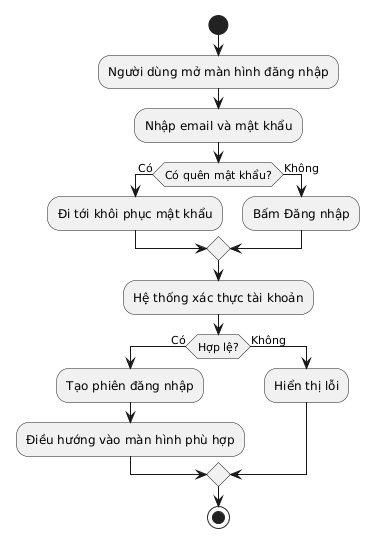
Above: out/docs/diagrams/Bieudohoatdong/uc03_login_bieudohoatdong/uc03_login_bieudohoatdong.png in phuongtech24/do_an (PlantUML), before the change. Source of this version:
```plantuml
@startuml
skinparam defaultFontName "Times New Roman"
start
:Người dùng mở màn hình đăng nhập;
:Nhập email và mật khẩu;
if (Có quên mật khẩu?) then (Có)
  :Đi tới khôi phục mật khẩu;
else (Không)
  :Bấm Đăng nhập;
endif
:Hệ thống xác thực tài khoản;
if (Hợp lệ?) then (Có)
  :Tạo phiên đăng nhập;
  :Điều hướng vào màn hình phù hợp;
else (Không)
  :Hiển thị lỗi;
endif
stop
@enduml
```
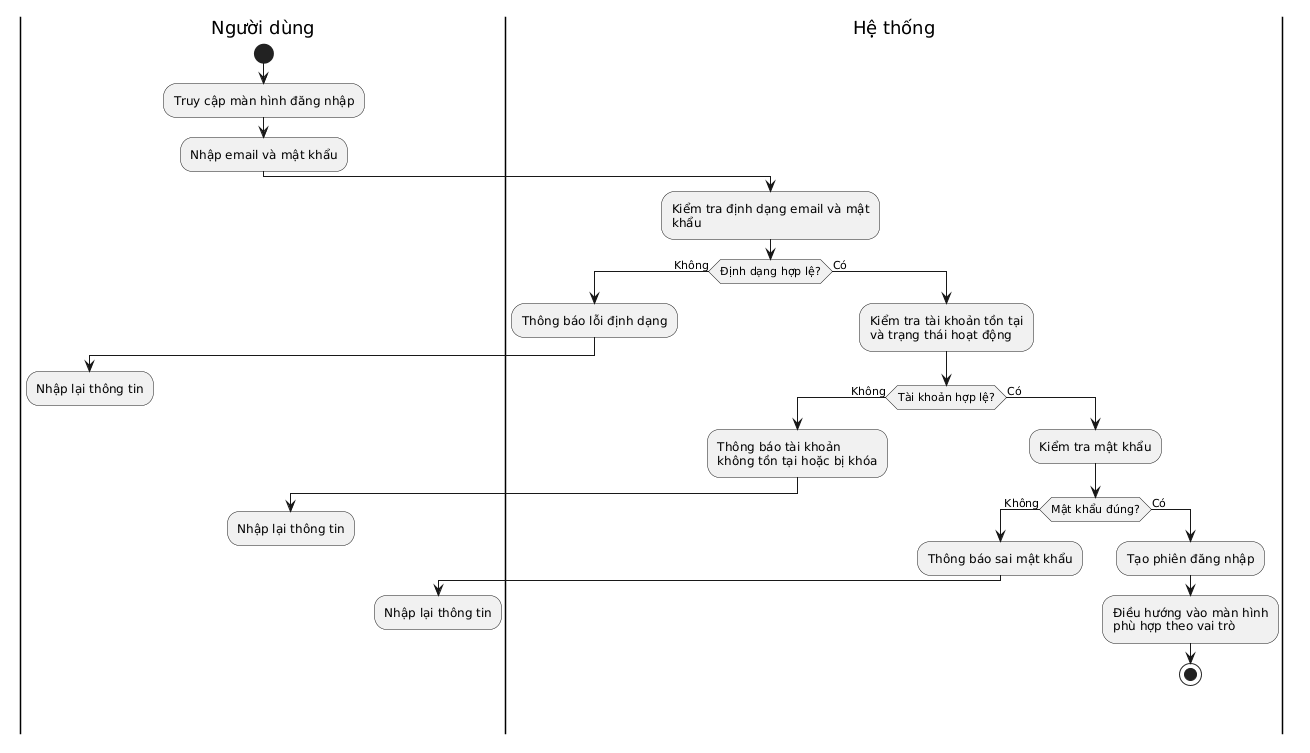
The same diagram one commit later.

The edit, as a diff of the source:
```diff
@@ -1,19 +1,42 @@
 @startuml
 skinparam defaultFontName "Times New Roman"
+skinparam wrapWidth 200
+skinparam NodePadding 20
+
+|Người dùng|
 start
-:Người dùng mở màn hình đăng nhập;
+:Truy cập màn hình đăng nhập;
 :Nhập email và mật khẩu;
-if (Có quên mật khẩu?) then (Có)
-  :Đi tới khôi phục mật khẩu;
-else (Không)
-  :Bấm Đăng nhập;
+
+|Hệ thống|
+:Kiểm tra định dạng email và mật khẩu;
+if (Định dạng hợp lệ?) then (Không)
+  :Thông báo lỗi định dạng;
+  |Người dùng|
+  :Nhập lại thông tin;
+  detach
+else (Có)
+  |Hệ thống|
+  :Kiểm tra tài khoản tồn tại\nvà trạng thái hoạt động;
+  if (Tài khoản hợp lệ?) then (Không)
+    :Thông báo tài khoản\nkhông tồn tại hoặc bị khóa;
+    |Người dùng|
+    :Nhập lại thông tin;
+    detach
+  else (Có)
+    |Hệ thống|
+    :Kiểm tra mật khẩu;
+    if (Mật khẩu đúng?) then (Không)
+      :Thông báo sai mật khẩu;
+      |Người dùng|
+      :Nhập lại thông tin;
+      detach
+    else (Có)
+      |Hệ thống|
+      :Tạo phiên đăng nhập;
+      :Điều hướng vào màn hình\nphù hợp theo vai trò;
+      stop
+    endif
+  endif
 endif
-:Hệ thống xác thực tài khoản;
-if (Hợp lệ?) then (Có)
-  :Tạo phiên đăng nhập;
-  :Điều hướng vào màn hình phù hợp;
-else (Không)
-  :Hiển thị lỗi;
-endif
-stop
 @enduml
```
